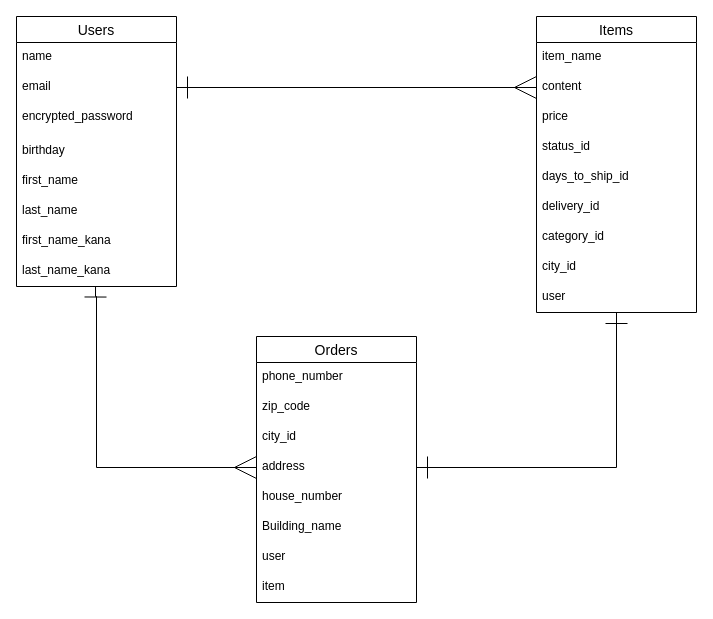
This is furima.dio from Shoki-darou/furima-40337, a draw.io file, before an edit. Source tidied: cells renumbered, new cells numbered last; positions are measured from the earlier drawing's top-left corner, leaving out a move shared by most shapes. Both pictures are drawn from the tidied source at 100%, with x=0, y=0 at pixel (16, 16).
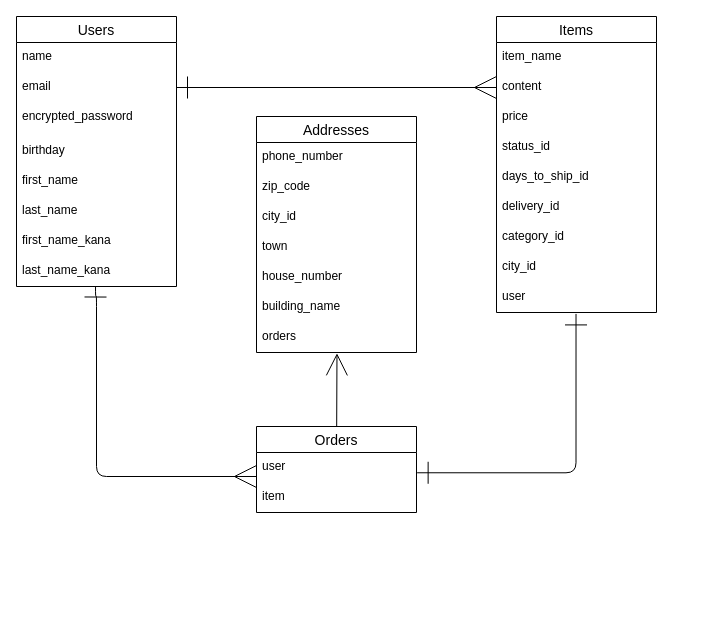
The same diagram, later.

Commit message (it also covers changes not shown here):
データベースの設計の修正

The change refers to these unchanged cells:
```xml
<mxCell id="4" value="content" style="text;strokeColor=none;fillColor=none;spacingLeft=4;spacingRight=4;overflow=hidden;points=[[0,0.5],[1,0.5]];portConstraint=eastwest;fontSize=12;" parent="2" vertex="1">
  <mxGeometry y="56" width="160" height="30" as="geometry" />
</mxCell>
<mxCell id="11" value="user" style="text;strokeColor=none;fillColor=none;spacingLeft=4;spacingRight=4;overflow=hidden;points=[[0,0.5],[1,0.5]];portConstraint=eastwest;fontSize=12;" parent="2" vertex="1">
  <mxGeometry y="266" width="160" height="30" as="geometry" />
</mxCell>
<mxCell id="14" value="email" style="text;strokeColor=none;fillColor=none;spacingLeft=4;spacingRight=4;overflow=hidden;points=[[0,0.5],[1,0.5]];portConstraint=eastwest;fontSize=12;" parent="12" vertex="1">
  <mxGeometry y="56" width="160" height="30" as="geometry" />
</mxCell>
<mxCell id="20" value="last_name_kana" style="text;strokeColor=none;fillColor=none;spacingLeft=4;spacingRight=4;overflow=hidden;points=[[0,0.5],[1,0.5]];portConstraint=eastwest;fontSize=12;" parent="12" vertex="1">
  <mxGeometry y="240" width="160" height="30" as="geometry" />
</mxCell>
```

The edit, as a diff of the source:
```diff
@@
     <mxCell id="2" value="Items" style="swimlane;fontStyle=0;horizontal=1;startSize=26;align=center;fontSize=14;" parent="1" vertex="1">
-      <mxGeometry x="520" width="160" height="296" as="geometry" />
+      <mxGeometry x="480" width="160" height="296" as="geometry" />
     </mxCell>
@@
     <mxCell id="21" value="Orders" style="swimlane;fontStyle=0;horizontal=1;startSize=26;align=center;fontSize=14;" parent="1" vertex="1">
-      <mxGeometry x="240" y="320" width="160" height="266" as="geometry" />
+      <mxGeometry x="240" y="410" width="160" height="86" as="geometry" />
     </mxCell>
+    <mxCell id="28" value="user" style="text;strokeColor=none;fillColor=none;spacingLeft=4;spacingRight=4;overflow=hidden;points=[[0,0.5],[1,0.5]];portConstraint=eastwest;fontSize=12;" parent="21" vertex="1">
+      <mxGeometry y="26" width="160" height="30" as="geometry" />
+    </mxCell>
+    <mxCell id="29" value="item" style="text;strokeColor=none;fillColor=none;spacingLeft=4;spacingRight=4;overflow=hidden;fontSize=12;" parent="21" vertex="1">
+      <mxGeometry y="56" width="160" height="30" as="geometry" />
+    </mxCell>
+    <mxCell id="30" style="edgeStyle=none;html=1;exitX=1;exitY=0.5;exitDx=0;exitDy=0;entryX=0;entryY=0.5;entryDx=0;entryDy=0;endArrow=ERmany;endFill=0;startArrow=ERone;startFill=0;endSize=20;startSize=20;" parent="1" edge="1" source="14" target="4">
+      <mxGeometry relative="1" as="geometry" />
+    </mxCell>
+    <mxCell id="32" style="endArrow=ERmany;html=1;rounded=1;startSize=20;endSize=20;edgeStyle=orthogonalEdgeStyle;exitX=0.494;exitY=0.984;exitDx=0;exitDy=0;exitPerimeter=0;startArrow=ERone;startFill=0;endFill=0;entryX=0;entryY=0.8;entryDx=0;entryDy=0;entryPerimeter=0;" parent="1" edge="1" source="20" target="28">
+      <mxGeometry relative="1" as="geometry">
+        <Array as="points">
+          <mxPoint x="79" y="280" />
+          <mxPoint x="80" y="280" />
+          <mxPoint x="80" y="460" />
+        </Array>
+      </mxGeometry>
+    </mxCell>
+    <mxCell id="33" value="Addresses" style="swimlane;fontStyle=0;horizontal=1;startSize=26;align=center;fontSize=14;" parent="1" vertex="1">
+      <mxGeometry x="240" y="100" width="160" height="236" as="geometry" />
+    </mxCell>
-    <mxCell id="22" value="phone_number" style="text;strokeColor=none;fillColor=none;spacingLeft=4;spacingRight=4;overflow=hidden;fontSize=12;" parent="21" vertex="1">
+    <mxCell id="22" value="phone_number" style="text;strokeColor=none;fillColor=none;spacingLeft=4;spacingRight=4;overflow=hidden;fontSize=12;" parent="33" vertex="1">
       <mxGeometry y="26" width="160" height="30" as="geometry" />
     </mxCell>
-    <mxCell id="23" value="zip_code" style="text;strokeColor=none;fillColor=none;spacingLeft=4;spacingRight=4;overflow=hidden;fontSize=12;" parent="21" vertex="1">
+    <mxCell id="23" value="zip_code" style="text;strokeColor=none;fillColor=none;spacingLeft=4;spacingRight=4;overflow=hidden;fontSize=12;" parent="33" vertex="1">
       <mxGeometry y="56" width="160" height="30" as="geometry" />
     </mxCell>
-    <mxCell id="24" value="city_id" style="text;strokeColor=none;fillColor=none;spacingLeft=4;spacingRight=4;overflow=hidden;fontSize=12;" parent="21" vertex="1">
+    <mxCell id="24" value="city_id" style="text;strokeColor=none;fillColor=none;spacingLeft=4;spacingRight=4;overflow=hidden;fontSize=12;" parent="33" vertex="1">
       <mxGeometry y="86" width="160" height="30" as="geometry" />
     </mxCell>
-    <mxCell id="25" value="address" style="text;strokeColor=none;fillColor=none;spacingLeft=4;spacingRight=4;overflow=hidden;points=[[0,0.5],[1,0.5]];portConstraint=eastwest;fontSize=12;" parent="21" vertex="1">
-      <mxGeometry y="116" width="160" height="30" as="geometry" />
-    </mxCell>
+    <mxCell id="34" value="town" style="text;strokeColor=none;fillColor=none;spacingLeft=4;spacingRight=4;overflow=hidden;fontSize=12;" parent="33" vertex="1">
+      <mxGeometry y="116" width="160" height="30" as="geometry" />
+    </mxCell>
-    <mxCell id="26" value="house_number" style="text;strokeColor=none;fillColor=none;spacingLeft=4;spacingRight=4;overflow=hidden;fontSize=12;" parent="21" vertex="1">
+    <mxCell id="26" value="house_number" style="text;strokeColor=none;fillColor=none;spacingLeft=4;spacingRight=4;overflow=hidden;fontSize=12;" parent="33" vertex="1">
       <mxGeometry y="146" width="160" height="30" as="geometry" />
     </mxCell>
-    <mxCell id="27" value="Building_name" style="text;strokeColor=none;fillColor=none;spacingLeft=4;spacingRight=4;overflow=hidden;fontSize=12;" parent="21" vertex="1">
-      <mxGeometry y="176" width="160" height="30" as="geometry" />
-    </mxCell>
-    <mxCell id="28" value="user" style="text;strokeColor=none;fillColor=none;spacingLeft=4;spacingRight=4;overflow=hidden;points=[[0,0.5],[1,0.5]];portConstraint=eastwest;fontSize=12;" parent="21" vertex="1">
-      <mxGeometry y="206" width="160" height="30" as="geometry" />
-    </mxCell>
-    <mxCell id="29" value="item" style="text;strokeColor=none;fillColor=none;spacingLeft=4;spacingRight=4;overflow=hidden;fontSize=12;" parent="21" vertex="1">
-      <mxGeometry y="236" width="160" height="30" as="geometry" />
-    </mxCell>
-    <mxCell id="30" style="edgeStyle=none;html=1;exitX=1;exitY=0.5;exitDx=0;exitDy=0;entryX=0;entryY=0.5;entryDx=0;entryDy=0;endArrow=ERmany;endFill=0;startArrow=ERone;startFill=0;endSize=20;startSize=20;" parent="1" edge="1" source="14" target="4">
-      <mxGeometry relative="1" as="geometry" />
-    </mxCell>
-    <mxCell id="31" style="endArrow=ERone;html=1;rounded=0;startSize=20;endSize=20;edgeStyle=orthogonalEdgeStyle;entryX=0.5;entryY=1;entryDx=0;entryDy=0;startArrow=ERone;startFill=0;endFill=0;exitX=1;exitY=0.5;exitDx=0;exitDy=0;" parent="1" edge="1" source="25" target="2">
-      <mxGeometry relative="1" as="geometry" />
-    </mxCell>
-    <mxCell id="32" style="endArrow=ERmany;html=1;rounded=0;startSize=20;endSize=20;edgeStyle=orthogonalEdgeStyle;exitX=0.494;exitY=0.984;exitDx=0;exitDy=0;exitPerimeter=0;startArrow=ERone;startFill=0;endFill=0;entryX=0;entryY=0.5;entryDx=0;entryDy=0;" parent="1" edge="1" source="20" target="25">
-      <mxGeometry relative="1" as="geometry">
-        <Array as="points">
-          <mxPoint x="79" y="280" />
-          <mxPoint x="80" y="280" />
-          <mxPoint x="80" y="451" />
-        </Array>
-      </mxGeometry>
-    </mxCell>
+    <mxCell id="35" value="building_name" style="text;strokeColor=none;fillColor=none;spacingLeft=4;spacingRight=4;overflow=hidden;fontSize=12;" parent="33" vertex="1">
+      <mxGeometry y="176" width="160" height="30" as="geometry" />
+    </mxCell>
+    <mxCell id="36" value="orders" style="text;strokeColor=none;fillColor=none;spacingLeft=4;spacingRight=4;overflow=hidden;points=[[0,0.5],[1,0.5]];portConstraint=eastwest;fontSize=12;" parent="33" vertex="1">
+      <mxGeometry y="206" width="160" height="30" as="geometry" />
+    </mxCell>
+    <mxCell id="37" style="fontSize=12;html=1;endArrow=open;endFill=0;startArrow=none;startFill=0;endSize=20;startSize=20;entryX=0.503;entryY=1.026;entryDx=0;entryDy=0;entryPerimeter=0;" parent="1" edge="1" source="21" target="36">
+      <mxGeometry relative="1" as="geometry" />
+    </mxCell>
+    <mxCell id="38" style="edgeStyle=orthogonalEdgeStyle;fontSize=12;html=1;endArrow=ERone;endFill=1;rounded=1;startSize=20;endSize=20;exitX=1.004;exitY=0.676;exitDx=0;exitDy=0;exitPerimeter=0;startArrow=ERone;startFill=0;entryX=0.497;entryY=1.047;entryDx=0;entryDy=0;entryPerimeter=0;" parent="1" edge="1" source="28" target="11">
+      <mxGeometry relative="1" as="geometry">
+        <Array as="points">
+          <mxPoint x="560" y="456" />
+        </Array>
+      </mxGeometry>
+    </mxCell>
```
